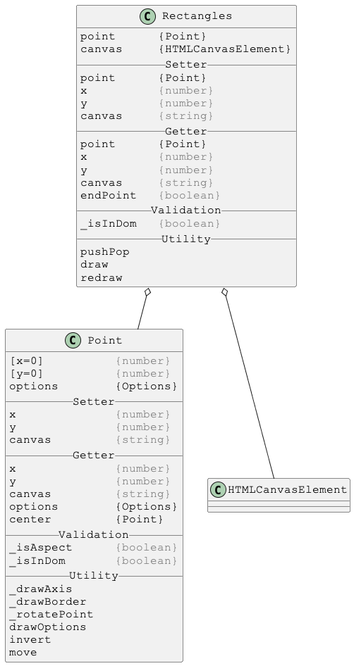
The PlantUML diagram docs/PlantUml/images/linked/Rectangles-linked.png in Justin-Byrne/canvasLab, before a commit.
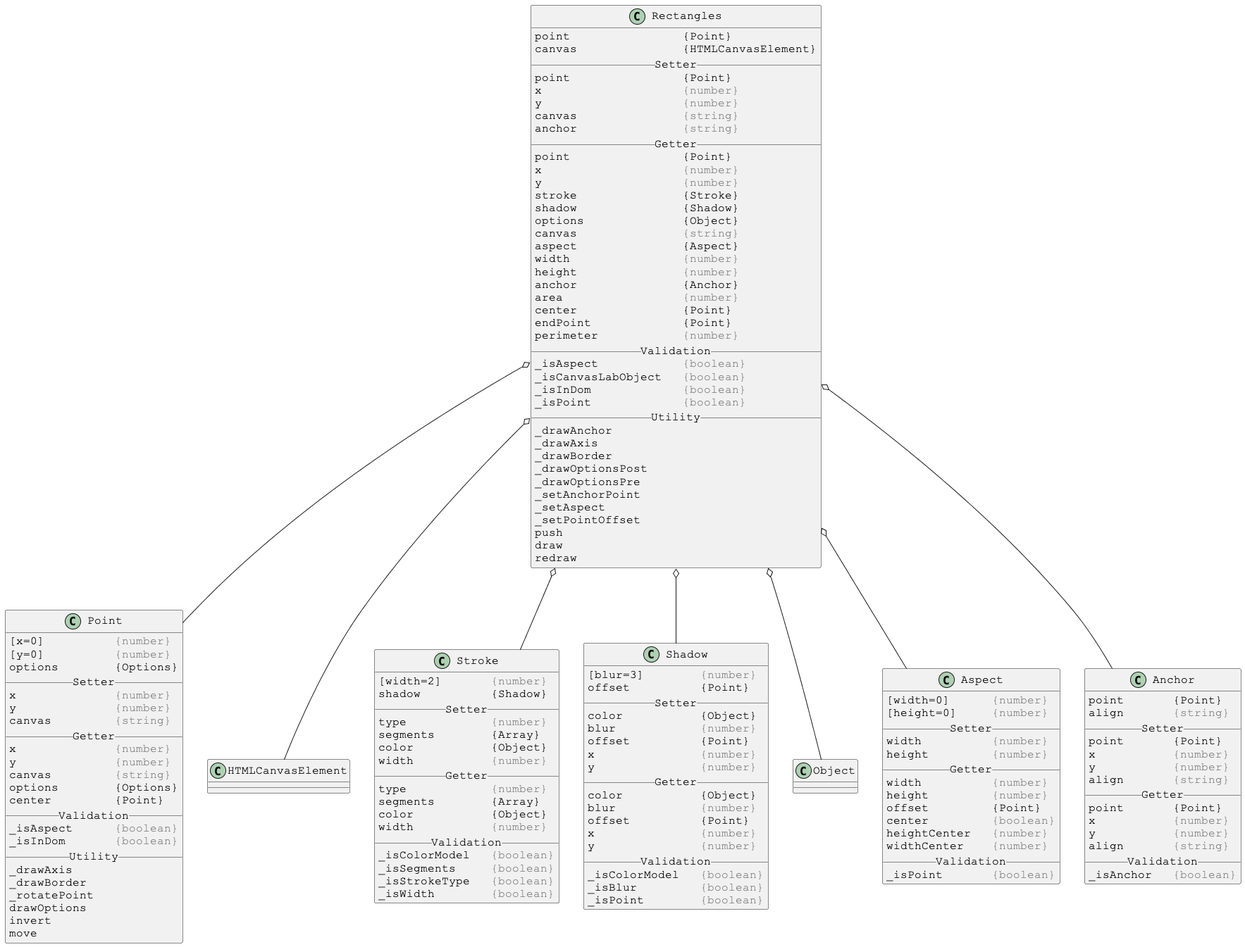
The same diagram one commit later.

What changed in the source:
```diff
@@ -4,29 +4,56 @@
 skinparam DefaultFontName Courier New
 
 class Rectangles {
-point      {Point}
-canvas     {HTMLCanvasElement}
+point                {Point}
+canvas               {HTMLCanvasElement}
 __ Setter __
-point      {Point}
-x          <color:gray>{number}</color>
-y          <color:gray>{number}</color>
-canvas     <color:gray>{string}</color>
+point                {Point}
+x                    <color:gray>{number}</color>
+y                    <color:gray>{number}</color>
+canvas               <color:gray>{string}</color>
+anchor               <color:gray>{string}</color>
 __ Getter __
-point      {Point}
-x          <color:gray>{number}</color>
-y          <color:gray>{number}</color>
-canvas     <color:gray>{string}</color>
-endPoint   <color:gray>{boolean}</color>
+point                {Point}
+x                    <color:gray>{number}</color>
+y                    <color:gray>{number}</color>
+stroke               {Stroke}
+shadow               {Shadow}
+options              {Object}
+canvas               <color:gray>{string}</color>
+aspect               {Aspect}
+width                <color:gray>{number}</color>
+height               <color:gray>{number}</color>
+anchor               {Anchor}
+area                 <color:gray>{number}</color>
+center               {Point}
+endPoint             {Point}
+perimeter            <color:gray>{number}</color>
 __ Validation __
-_isInDom   <color:gray>{boolean}</color>
+_isAspect            <color:gray>{boolean}</color>
+_isCanvasLabObject   <color:gray>{boolean}</color>
+_isInDom             <color:gray>{boolean}</color>
+_isPoint             <color:gray>{boolean}</color>
 __ Utility __
-pushPop
+_drawAnchor
+_drawAxis
+_drawBorder
+_drawOptionsPost
+_drawOptionsPre
+_setAnchorPoint
+_setAspect
+_setPointOffset
+push
 draw
 redraw
 }
 
 Rectangles o-- Point
 Rectangles o-- HTMLCanvasElement
+Rectangles o-- Stroke
+Rectangles o-- Shadow
+Rectangles o-- Object
+Rectangles o-- Aspect
+Rectangles o-- Anchor
 
 
 
@@ -59,4 +86,99 @@
 move
 }
 
+
+
+skinparam DefaultFontSize 16
+skinparam DefaultFontName Courier New
+
+class Stroke {
+[width=2]       <color:gray>{number}</color>
+shadow          {Shadow}
+__ Setter __
+type            <color:gray>{number}</color>
+segments        {Array}
+color           {Object}
+width           <color:gray>{number}</color>
+__ Getter __
+type            <color:gray>{number}</color>
+segments        {Array}
+color           {Object}
+width           <color:gray>{number}</color>
+__ Validation __
+_isColorModel   <color:gray>{boolean}</color>
+_isSegments     <color:gray>{boolean}</color>
+_isStrokeType   <color:gray>{boolean}</color>
+_isWidth        <color:gray>{boolean}</color>
+}
+
+
+
+skinparam DefaultFontSize 16
+skinparam DefaultFontName Courier New
+
+class Shadow {
+[blur=3]        <color:gray>{number}</color>
+offset          {Point}
+__ Setter __
+color           {Object}
+blur            <color:gray>{number}</color>
+offset          {Point}
+x               <color:gray>{number}</color>
+y               <color:gray>{number}</color>
+__ Getter __
+color           {Object}
+blur            <color:gray>{number}</color>
+offset          {Point}
+x               <color:gray>{number}</color>
+y               <color:gray>{number}</color>
+__ Validation __
+_isColorModel   <color:gray>{boolean}</color>
+_isBlur         <color:gray>{boolean}</color>
+_isPoint        <color:gray>{boolean}</color>
+}
+
+
+
+skinparam DefaultFontSize 16
+skinparam DefaultFontName Courier New
+
+class Aspect {
+[width=0]      <color:gray>{number}</color>
+[height=0]     <color:gray>{number}</color>
+__ Setter __
+width          <color:gray>{number}</color>
+height         <color:gray>{number}</color>
+__ Getter __
+width          <color:gray>{number}</color>
+height         <color:gray>{number}</color>
+offset         {Point}
+center         <color:gray>{boolean}</color>
+heightCenter   <color:gray>{number}</color>
+widthCenter    <color:gray>{number}</color>
+__ Validation __
+_isPoint       <color:gray>{boolean}</color>
+}
+
+
+
+skinparam DefaultFontSize 16
+skinparam DefaultFontName Courier New
+
+class Anchor {
+point       {Point}
+align       <color:gray>{string}</color>
+__ Setter __
+point       {Point}
+x           <color:gray>{number}</color>
+y           <color:gray>{number}</color>
+align       <color:gray>{string}</color>
+__ Getter __
+point       {Point}
+x           <color:gray>{number}</color>
+y           <color:gray>{number}</color>
+align       <color:gray>{string}</color>
+__ Validation __
+_isAnchor   <color:gray>{boolean}</color>
+}
+
 @enduml
```
